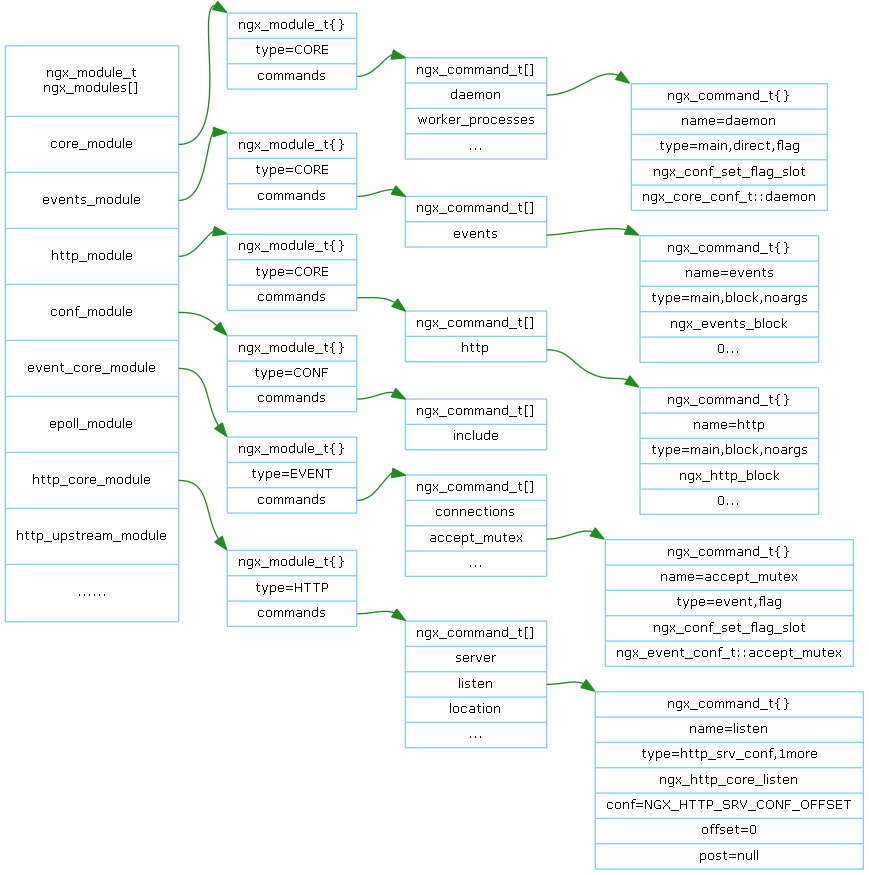
This is doc/Graph/module_configure/ngx_commands.png from lingjf/nginx_analyse, a Graphviz export, as it was before one commit. Its source is kept beside it as doc/Graph/module_configure/ngx_commands.gv.
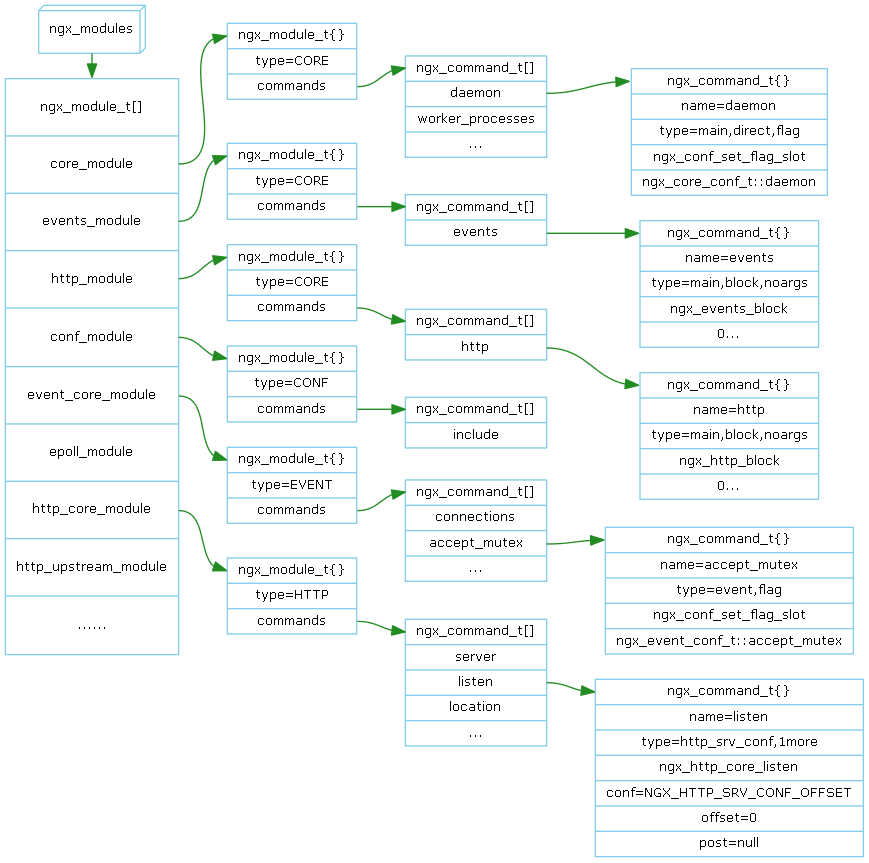
After the commit.

Change to the diagram source:
```diff
@@ -3,45 +3,50 @@
    node [shape=record, color=skyblue, fontname="Verdana", fontsize=10];
    edge [color=forestgreen, fontname="Verdana", fontsize=10];
 
-   ngx_modules [label="ngx_module_t\nngx_modules[]|<core>core_module|<events>events_module|<http>http_module|<conf>conf_module|<eventcore>event_core_module|<epoll>epoll_module|<httpcore>http_core_module|http_upstream_module|......", height=6];
+   ngx_modules [shape="box3d", label="ngx_modules"];
+   ngx_module_t [label="<head>ngx_module_t[]|<core>core_module|<events>events_module|<http>http_module|<conf>conf_module|<eventcore>event_core_module|<epoll>epoll_module|<httpcore>http_core_module|http_upstream_module|......", height=6];
 
-   ngx_core_module[label="ngx_module_t\{\}|type=CORE|<commands>commands"];
-   ngx_core_commands[label="ngx_command_t[]|<daemon>daemon|worker_processes|..."];
-   ngx_daemon_command[label="ngx_command_t\{\}|name=daemon|type=main,direct,flag|ngx_conf_set_flag_slot|ngx_core_conf_t::daemon"];
-   ngx_modules:core -> ngx_core_module:nw;
-   ngx_core_module:commands -> ngx_core_commands:nw;
-   ngx_core_commands:daemon -> ngx_daemon_command:nw;
+   ngx_modules -> ngx_module_t:head;
 
-   ngx_events_module[label="ngx_module_t\{\}|type=CORE|<commands>commands"];
-   ngx_events_commands[label="ngx_command_t[]|<events>events"];
-   ngx_events_command[label="ngx_command_t\{\}|name=events|type=main,block,noargs|ngx_events_block|0..."];
-   ngx_modules:events -> ngx_events_module:nw;
-   ngx_events_module:commands -> ngx_events_commands:nw;
-   ngx_events_commands:events -> ngx_events_command:nw;
+   {rank=same;ngx_modules;ngx_module_t};
 
-   ngx_http_module[label="ngx_module_t\{\}|type=CORE|<commands>commands"];
-   ngx_http_commands[label="ngx_command_t[]|<http>http"];
-   ngx_http_command[label="ngx_command_t\{\}|name=http|type=main,block,noargs|ngx_http_block|0..."];
-   ngx_modules:http -> ngx_http_module:nw;
-   ngx_http_module:commands -> ngx_http_commands:nw;
-   ngx_http_commands:http -> ngx_http_command:nw;
+   ngx_core_module[label="<head>ngx_module_t\{\}|type=CORE|<commands>commands"];
+   ngx_core_commands[label="<head>ngx_command_t[]|<daemon>daemon|worker_processes|..."];
+   ngx_daemon_command[label="<head>ngx_command_t\{\}|name=daemon|type=main,direct,flag|ngx_conf_set_flag_slot|ngx_core_conf_t::daemon"];
+   ngx_module_t:core -> ngx_core_module:head;
+   ngx_core_module:commands -> ngx_core_commands:head;
+   ngx_core_commands:daemon -> ngx_daemon_command:head;
 
-   ngx_conf_module[label="ngx_module_t\{\}|type=CONF|<commands>commands"];
-   ngx_conf_commands[label="ngx_command_t[]|include"];
-   ngx_modules:conf -> ngx_conf_module:nw;
-   ngx_conf_module:commands -> ngx_conf_commands:nw;
+   ngx_events_module[label="<head>ngx_module_t\{\}|type=CORE|<commands>commands"];
+   ngx_events_commands[label="<head>ngx_command_t[]|<events>events"];
+   ngx_events_command[label="<head>ngx_command_t\{\}|name=events|type=main,block,noargs|ngx_events_block|0..."];
+   ngx_module_t:events -> ngx_events_module:head;
+   ngx_events_module:commands -> ngx_events_commands:head;
+   ngx_events_commands:events -> ngx_events_command:head;
 
-   ngx_event_core_module[label="ngx_module_t\{\}|type=EVENT|<commands>commands"];
-   ngx_event_core_commands[label="ngx_command_t[]|<cn>connections|<am>accept_mutex|..."];
-   ngx_accept_mutex_command[label="ngx_command_t\{\}|name=accept_mutex|type=event,flag|ngx_conf_set_flag_slot|ngx_event_conf_t::accept_mutex"];
-   ngx_modules:eventcore -> ngx_event_core_module:nw;
-   ngx_event_core_module:commands -> ngx_event_core_commands:nw;
-   ngx_event_core_commands:am -> ngx_accept_mutex_command:nw;
+   ngx_http_module[label="<head>ngx_module_t\{\}|type=CORE|<commands>commands"];
+   ngx_http_commands[label="<head>ngx_command_t[]|<http>http"];
+   ngx_http_command[label="<head>ngx_command_t\{\}|name=http|type=main,block,noargs|ngx_http_block|0..."];
+   ngx_module_t:http -> ngx_http_module:head;
+   ngx_http_module:commands -> ngx_http_commands:head;
+   ngx_http_commands:http -> ngx_http_command:head;
 
-   ngx_http_core_module[label="ngx_module_t\{\}|type=HTTP|<commands>commands"];
-   ngx_http_core_commands[label="ngx_command_t[]|server|<listen>listen|location|..."];
-   ngx_listen_command[label="ngx_command_t\{\}|name=listen|type=http_srv_conf,1more|ngx_http_core_listen|conf=NGX_HTTP_SRV_CONF_OFFSET|offset=0|post=null"];
-   ngx_modules:httpcore -> ngx_http_core_module:nw;
-   ngx_http_core_module:commands -> ngx_http_core_commands:nw;
-   ngx_http_core_commands:listen -> ngx_listen_command:nw;
+   ngx_conf_module[label="<head>ngx_module_t\{\}|type=CONF|<commands>commands"];
+   ngx_conf_commands[label="<head>ngx_command_t[]|include"];
+   ngx_module_t:conf -> ngx_conf_module:head;
+   ngx_conf_module:commands -> ngx_conf_commands:head;
+
+   ngx_event_core_module[label="<head>ngx_module_t\{\}|type=EVENT|<commands>commands"];
+   ngx_event_core_commands[label="<head>ngx_command_t[]|<cn>connections|<am>accept_mutex|..."];
+   ngx_accept_mutex_command[label="<head>ngx_command_t\{\}|name=accept_mutex|type=event,flag|ngx_conf_set_flag_slot|ngx_event_conf_t::accept_mutex"];
+   ngx_module_t:eventcore -> ngx_event_core_module:head;
+   ngx_event_core_module:commands -> ngx_event_core_commands:head;
+   ngx_event_core_commands:am -> ngx_accept_mutex_command:head;
+
+   ngx_http_core_module[label="<head>ngx_module_t\{\}|type=HTTP|<commands>commands"];
+   ngx_http_core_commands[label="<head>ngx_command_t[]|server|<listen>listen|location|..."];
+   ngx_listen_command[label="<head>ngx_command_t\{\}|name=listen|type=http_srv_conf,1more|ngx_http_core_listen|conf=NGX_HTTP_SRV_CONF_OFFSET|offset=0|post=null"];
+   ngx_module_t:httpcore -> ngx_http_core_module:head;
+   ngx_http_core_module:commands -> ngx_http_core_commands:head;
+   ngx_http_core_commands:listen -> ngx_listen_command:head;
 }
```
